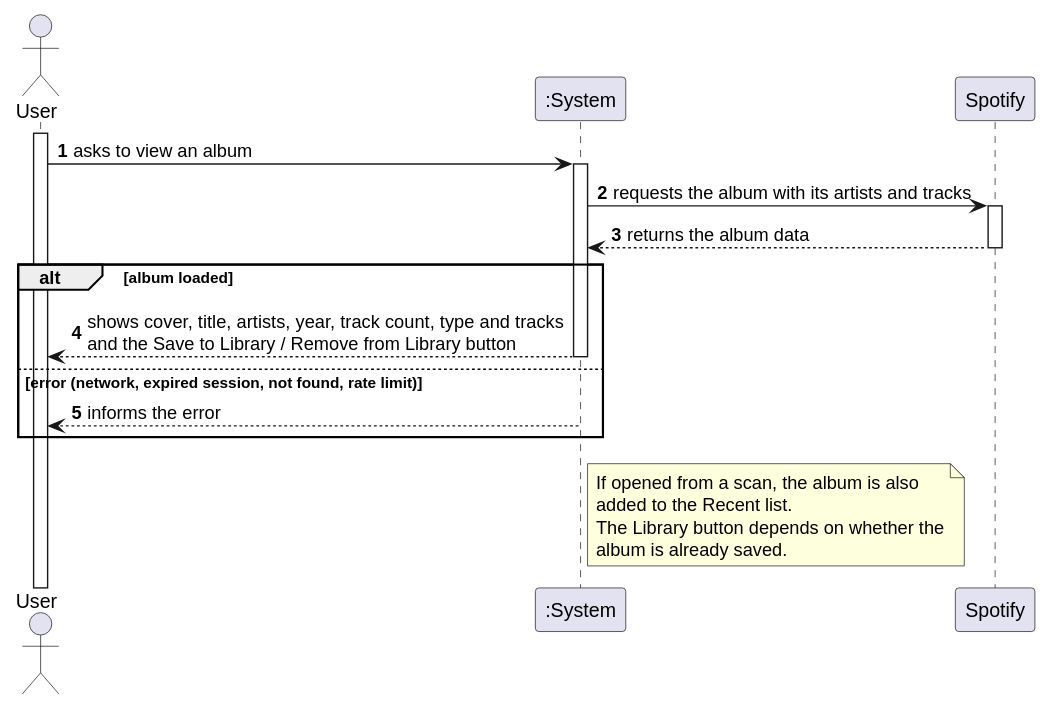
The PlantUML diagram docs/svg/ssd_03_view_album.svg in nunoc-isep/DSSMV_ProjectDroid_1251610_1241122, before a commit.
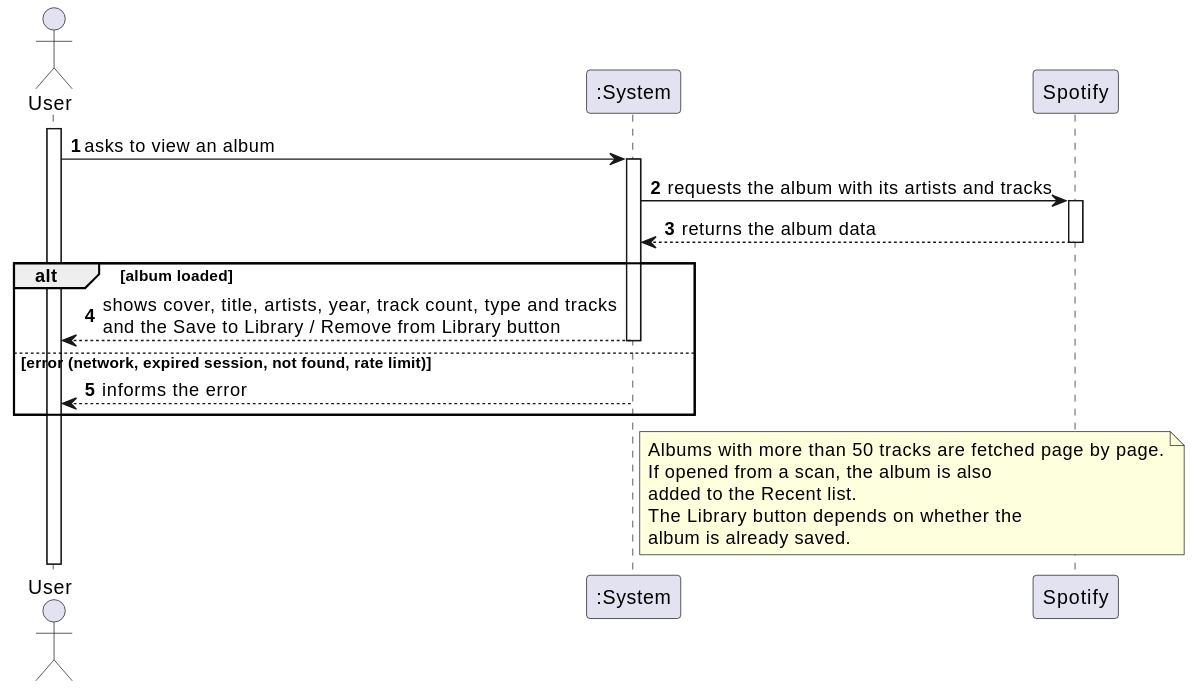
Above is the later version.

The edit, as a diff of the source:
```diff
@@ -18,6 +18,7 @@
 end
 
 note right of System
+  Albums with more than 50 tracks are fetched page by page.
   If opened from a scan, the album is also
   added to the Recent list.
   The Library button depends on whether the
```
